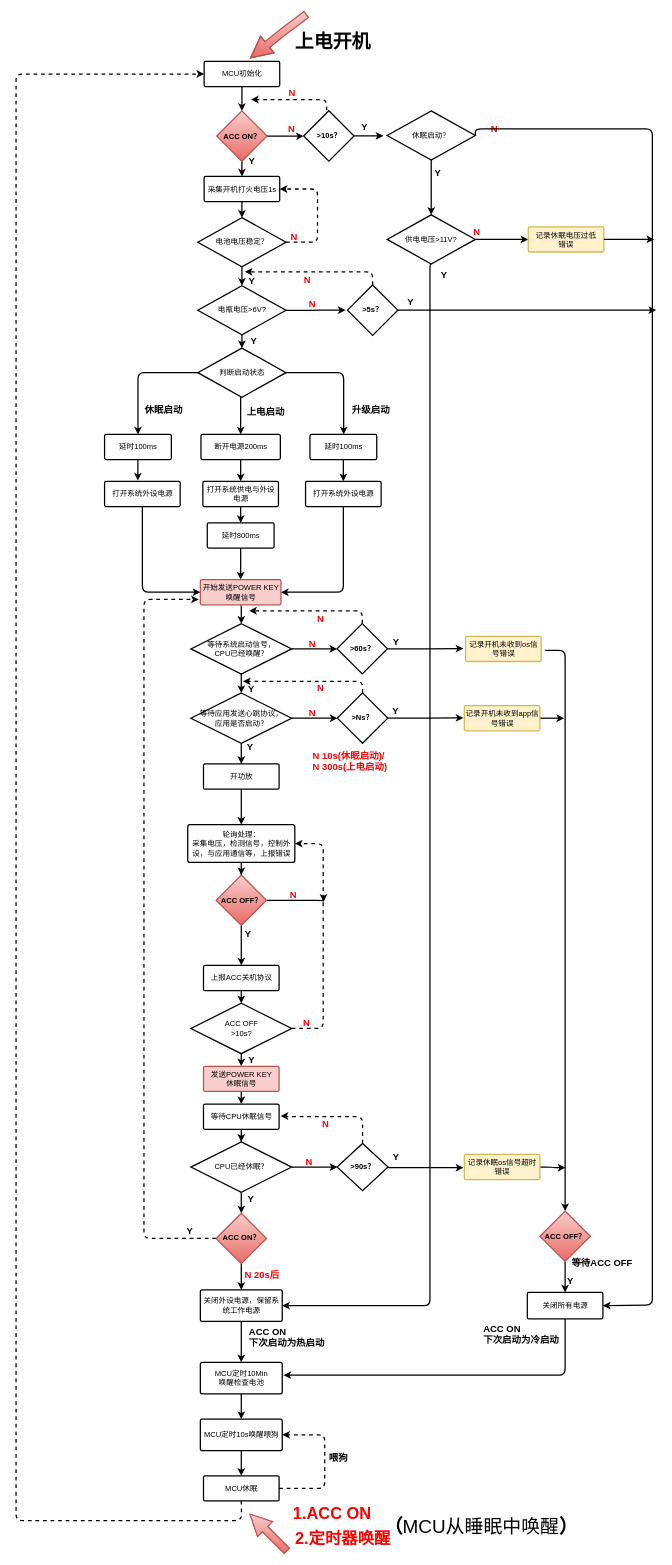
This is page "第 1 页" (1 of 2) of 010_mcu_sleep.drawio from yintianlan/Picture_Draw, a draw.io file, before an edit. Source tidied: cells renumbered, new cells numbered last; positions are measured from the earlier drawing's top-left corner, leaving out a move shared by most shapes. Both pictures are drawn from the tidied source at 63%, with x=0, y=0 at pixel (16, 14).
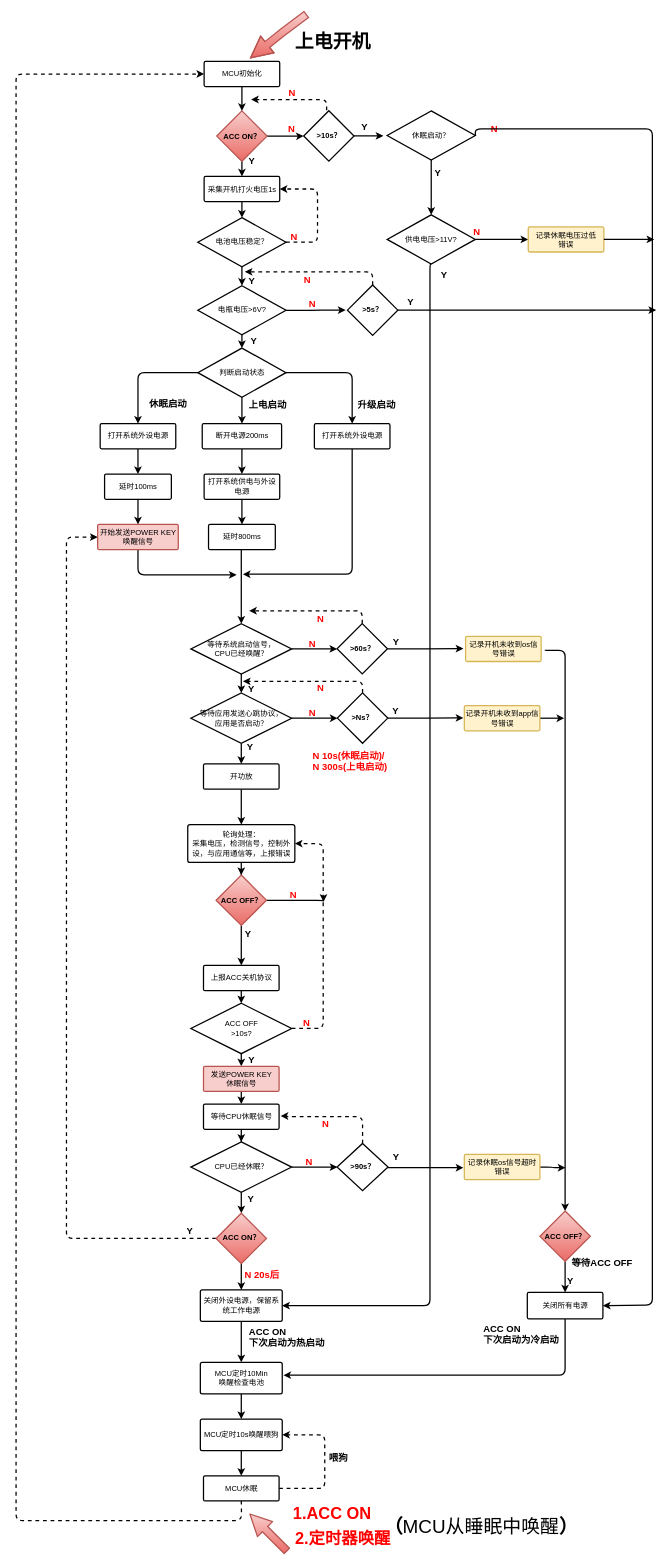
The same page after the edit.

Unchanged cells that the change refers to:
```xml
<mxCell id="12" value="判断启动状态" style="strokeWidth=2;html=1;shape=mxgraph.flowchart.decision;whiteSpace=wrap;fillColor=#ffffff;fontFamily=Helvetica;align=center;strokeColor=#000000;" parent="1" vertex="1">
  <mxGeometry x="288.5" y="530" width="140" height="78" as="geometry" />
</mxCell>
<mxCell id="19" value="等待系统启动信号，&lt;br&gt;CPU已经唤醒？" style="strokeWidth=2;html=1;shape=mxgraph.flowchart.decision;whiteSpace=wrap;fillColor=#ffffff;fontFamily=Helvetica;align=center;strokeColor=#000000;" parent="1" vertex="1">
  <mxGeometry x="277.5" y="967.5" width="160" height="80" as="geometry" />
</mxCell>
<mxCell id="62" value="&lt;b&gt;ACC ON？&lt;/b&gt;" style="rhombus;whiteSpace=wrap;html=1;strokeWidth=2;fillColor=#f8cecc;fontFamily=Helvetica;align=center;strokeColor=#b85450;gradientColor=#ea6b66;" parent="1" vertex="1">
  <mxGeometry x="317.5" y="1903.3" width="80" height="80" as="geometry" />
</mxCell>
```

Diff of the diagram source:
```diff
@@
-    <mxCell id="6" style="edgeStyle=orthogonalEdgeStyle;rounded=1;jettySize=auto;html=1;entryX=0.5;entryY=0;entryDx=0;entryDy=0;entryPerimeter=0;strokeWidth=2;exitX=0;exitY=0.5;exitDx=0;exitDy=0;exitPerimeter=0;" parent="1" edge="1" source="12" target="107">
+    <mxCell id="6" style="edgeStyle=orthogonalEdgeStyle;rounded=1;jettySize=auto;html=1;strokeWidth=2;exitX=0;exitY=0.5;exitDx=0;exitDy=0;exitPerimeter=0;entryX=0.5;entryY=0;entryDx=0;entryDy=0;entryPerimeter=0;" parent="1" edge="1" source="12" target="111">
       <mxGeometry relative="1" as="geometry">
         <Array as="points">
-          <mxPoint x="194" y="569" />
+          <mxPoint x="193" y="569" />
+          <mxPoint x="193" y="650" />
         </Array>
       </mxGeometry>
     </mxCell>
-    <mxCell id="7" style="edgeStyle=orthogonalEdgeStyle;rounded=1;jettySize=auto;html=1;strokeWidth=2;exitX=1;exitY=0.5;exitDx=0;exitDy=0;exitPerimeter=0;" parent="1" edge="1" source="12" target="109">
+    <mxCell id="7" style="edgeStyle=orthogonalEdgeStyle;rounded=1;jettySize=auto;html=1;strokeWidth=2;exitX=1;exitY=0.5;exitDx=0;exitDy=0;exitPerimeter=0;entryX=0.5;entryY=0;entryDx=0;entryDy=0;entryPerimeter=0;" parent="1" edge="1" source="12" target="113">
       <mxGeometry relative="1" as="geometry">
         <Array as="points">
-          <mxPoint x="520" y="569" />
+          <mxPoint x="534" y="569" />
         </Array>
       </mxGeometry>
     </mxCell>
@@
     <mxCell id="11" style="edgeStyle=orthogonalEdgeStyle;rounded=0;jettySize=auto;html=1;exitX=0.5;exitY=1;exitDx=0;exitDy=0;exitPerimeter=0;entryX=0.5;entryY=0;entryDx=0;entryDy=0;entryPerimeter=0;strokeWidth=2;" parent="1" edge="1" source="12" target="105">
-      <mxGeometry relative="1" as="geometry">
-        <Array as="points">
-          <mxPoint x="356" y="608" />
-        </Array>
-      </mxGeometry>
+      <mxGeometry relative="1" as="geometry" />
     </mxCell>
@@
     <mxCell id="14" value="打开系统供电与外设电源" style="strokeWidth=2;html=1;shape=mxgraph.flowchart.process;whiteSpace=wrap;fontFamily=Helvetica;align=center;" parent="1" vertex="1">
-      <mxGeometry x="296.5" y="741.5" width="120" height="40" as="geometry" />
+      <mxGeometry x="298.5" y="730" width="120" height="40" as="geometry" />
     </mxCell>
-    <mxCell id="15" style="edgeStyle=orthogonalEdgeStyle;rounded=1;jettySize=auto;html=1;exitX=0.5;exitY=1;exitDx=0;exitDy=0;exitPerimeter=0;entryX=0.5;entryY=0;entryDx=0;entryDy=0;entryPerimeter=0;strokeWidth=2;" parent="1" edge="1" source="16" target="67">
-      <mxGeometry relative="1" as="geometry" />
-    </mxCell>
+    <mxCell id="153" style="edgeStyle=orthogonalEdgeStyle;rounded=0;jettySize=auto;html=1;exitX=0.5;exitY=1;exitDx=0;exitDy=0;exitPerimeter=0;entryX=0.5;entryY=0;entryDx=0;entryDy=0;entryPerimeter=0;strokeWidth=2;" parent="1" edge="1" source="16" target="19">
+      <mxGeometry relative="1" as="geometry">
+        <Array as="points">
+          <mxPoint x="357" y="850" />
+        </Array>
+      </mxGeometry>
+    </mxCell>
     <mxCell id="16" value="延时800ms" style="strokeWidth=2;html=1;shape=mxgraph.flowchart.process;whiteSpace=wrap;fontFamily=Helvetica;align=center;" parent="1" vertex="1">
-      <mxGeometry x="303.5" y="807.5" width="106" height="40" as="geometry" />
+      <mxGeometry x="305.5" y="810" width="106" height="40" as="geometry" />
     </mxCell>
@@
-    <mxCell id="61" style="edgeStyle=orthogonalEdgeStyle;rounded=1;jettySize=auto;html=1;strokeWidth=2;dashed=1;exitX=0;exitY=0.5;exitDx=0;exitDy=0;" parent="1" edge="1" source="62">
+    <mxCell id="61" style="edgeStyle=orthogonalEdgeStyle;rounded=1;jettySize=auto;html=1;strokeWidth=2;dashed=1;exitX=0;exitY=0.5;exitDx=0;exitDy=0;entryX=0;entryY=0.5;entryDx=0;entryDy=0;entryPerimeter=0;" parent="1" edge="1" source="62" target="67">
       <mxGeometry relative="1" as="geometry">
-        <mxPoint x="290" y="929" as="targetPoint" />
         <Array as="points">
-          <mxPoint x="203" y="1943" />
+          <mxPoint x="80" y="1943" />
+          <mxPoint x="80" y="830" />
         </Array>
       </mxGeometry>
     </mxCell>
@@
-    <mxCell id="66" style="edgeStyle=orthogonalEdgeStyle;rounded=1;jettySize=auto;html=1;exitX=0.5;exitY=1;exitDx=0;exitDy=0;exitPerimeter=0;entryX=0.5;entryY=0;entryDx=0;entryDy=0;entryPerimeter=0;strokeWidth=2;" parent="1" edge="1" source="67" target="19">
-      <mxGeometry relative="1" as="geometry" />
-    </mxCell>
-    <mxCell id="67" value="开始发送POWER KEY&lt;br&gt;唤醒信号" style="strokeWidth=2;html=1;shape=mxgraph.flowchart.process;whiteSpace=wrap;fillColor=#f8cecc;fontFamily=Helvetica;align=center;strokeColor=#b85450;" parent="1" vertex="1">
-      <mxGeometry x="292.5" y="897.5" width="128" height="40" as="geometry" />
-    </mxCell>
@@
     <mxCell id="105" value="断开电源200ms" style="strokeWidth=2;html=1;shape=mxgraph.flowchart.process;whiteSpace=wrap;fontFamily=Helvetica;align=center;" parent="1" vertex="1">
-      <mxGeometry x="293.5" y="667" width="126" height="40" as="geometry" />
+      <mxGeometry x="295.5" y="650" width="126" height="40" as="geometry" />
     </mxCell>
-    <mxCell id="106" style="edgeStyle=orthogonalEdgeStyle;rounded=1;jettySize=auto;html=1;exitX=0.5;exitY=1;exitDx=0;exitDy=0;exitPerimeter=0;entryX=0.439;entryY=-0.033;entryDx=0;entryDy=0;entryPerimeter=0;strokeWidth=2;" parent="1" edge="1" source="107" target="111">
-      <mxGeometry relative="1" as="geometry" />
-    </mxCell>
+    <mxCell id="154" style="edgeStyle=orthogonalEdgeStyle;rounded=0;jettySize=auto;html=1;exitX=0.5;exitY=1;exitDx=0;exitDy=0;exitPerimeter=0;entryX=0.5;entryY=0;entryDx=0;entryDy=0;entryPerimeter=0;strokeWidth=2;" parent="1" edge="1" source="107" target="67">
+      <mxGeometry relative="1" as="geometry" />
+    </mxCell>
     <mxCell id="107" value="延时100ms" style="strokeWidth=2;html=1;shape=mxgraph.flowchart.process;whiteSpace=wrap;fontFamily=Helvetica;align=center;" parent="1" vertex="1">
-      <mxGeometry x="140.5" y="667" width="106" height="40" as="geometry" />
+      <mxGeometry x="140.5" y="730" width="106" height="40" as="geometry" />
     </mxCell>
-    <mxCell id="108" style="edgeStyle=orthogonalEdgeStyle;rounded=1;jettySize=auto;html=1;exitX=0.5;exitY=1;exitDx=0;exitDy=0;exitPerimeter=0;entryX=0.5;entryY=0;entryDx=0;entryDy=0;entryPerimeter=0;strokeWidth=2;" parent="1" edge="1" source="109" target="113">
-      <mxGeometry relative="1" as="geometry" />
-    </mxCell>
-    <mxCell id="109" value="延时100ms" style="strokeWidth=2;html=1;shape=mxgraph.flowchart.process;whiteSpace=wrap;fontFamily=Helvetica;align=center;" parent="1" vertex="1">
-      <mxGeometry x="466.5" y="667" width="106" height="40" as="geometry" />
-    </mxCell>
-    <mxCell id="110" style="edgeStyle=orthogonalEdgeStyle;rounded=1;jettySize=auto;html=1;exitX=0.5;exitY=1;exitDx=0;exitDy=0;exitPerimeter=0;strokeWidth=2;entryX=0;entryY=0.5;entryDx=0;entryDy=0;entryPerimeter=0;" parent="1" edge="1" source="111" target="67">
-      <mxGeometry relative="1" as="geometry">
-        <Array as="points">
-          <mxPoint x="200.5" y="917.5" />
-        </Array>
-      </mxGeometry>
-    </mxCell>
+    <mxCell id="155" style="edgeStyle=orthogonalEdgeStyle;rounded=0;jettySize=auto;html=1;exitX=0.5;exitY=1;exitDx=0;exitDy=0;exitPerimeter=0;entryX=0.5;entryY=0;entryDx=0;entryDy=0;entryPerimeter=0;strokeWidth=2;" parent="1" edge="1" source="111" target="107">
+      <mxGeometry relative="1" as="geometry" />
+    </mxCell>
     <mxCell id="111" value="打开系统外设电源" style="strokeWidth=2;html=1;shape=mxgraph.flowchart.process;whiteSpace=wrap;fontFamily=Helvetica;align=center;" parent="1" vertex="1">
-      <mxGeometry x="140.5" y="741.5" width="120" height="40" as="geometry" />
+      <mxGeometry x="133.5" y="650" width="120" height="40" as="geometry" />
     </mxCell>
-    <mxCell id="112" style="edgeStyle=orthogonalEdgeStyle;rounded=1;jettySize=auto;html=1;strokeWidth=2;entryX=1;entryY=0.5;entryDx=0;entryDy=0;entryPerimeter=0;" parent="1" edge="1" source="113" target="67">
-      <mxGeometry relative="1" as="geometry">
-        <Array as="points">
-          <mxPoint x="519.5" y="917.5" />
-        </Array>
-      </mxGeometry>
-    </mxCell>
+    <mxCell id="156" style="edgeStyle=orthogonalEdgeStyle;rounded=1;jettySize=auto;html=1;exitX=0.5;exitY=1;exitDx=0;exitDy=0;exitPerimeter=0;strokeWidth=2;" parent="1" edge="1" source="113">
+      <mxGeometry relative="1" as="geometry">
+        <mxPoint x="360" y="889" as="targetPoint" />
+        <Array as="points">
+          <mxPoint x="534" y="889" />
+          <mxPoint x="360" y="889" />
+        </Array>
+      </mxGeometry>
+    </mxCell>
     <mxCell id="113" value="打开系统外设电源" style="strokeWidth=2;html=1;shape=mxgraph.flowchart.process;whiteSpace=wrap;fontFamily=Helvetica;align=center;" parent="1" vertex="1">
-      <mxGeometry x="459.5" y="741.5" width="120" height="40" as="geometry" />
+      <mxGeometry x="473.5" y="650" width="120" height="40" as="geometry" />
     </mxCell>
@@
     <mxCell id="150" value="&lt;b&gt;&lt;font style=&quot;font-size: 15px&quot;&gt;休眠启动&lt;/font&gt;&lt;/b&gt;" style="text;html=1;align=center;verticalAlign=middle;" parent="1" vertex="1">
-      <mxGeometry x="193.5" y="618" width="80" height="20" as="geometry" />
+      <mxGeometry x="200.5" y="608" width="80" height="20" as="geometry" />
     </mxCell>
     <mxCell id="151" value="&lt;b&gt;&lt;font style=&quot;font-size: 15px&quot;&gt;升级启动&lt;/font&gt;&lt;/b&gt;" style="text;html=1;align=center;verticalAlign=middle;" parent="1" vertex="1">
-      <mxGeometry x="523" y="618" width="80" height="20" as="geometry" />
+      <mxGeometry x="532" y="610" width="80" height="20" as="geometry" />
     </mxCell>
     <mxCell id="152" value="&lt;b&gt;&lt;font style=&quot;font-size: 15px&quot;&gt;上电启动&lt;/font&gt;&lt;/b&gt;" style="text;html=1;align=center;verticalAlign=middle;" parent="1" vertex="1">
-      <mxGeometry x="355.5" y="620" width="80" height="20" as="geometry" />
+      <mxGeometry x="358.5" y="610" width="80" height="20" as="geometry" />
     </mxCell>
+    <mxCell id="157" style="edgeStyle=orthogonalEdgeStyle;rounded=1;jettySize=auto;html=1;exitX=0.5;exitY=1;exitDx=0;exitDy=0;exitPerimeter=0;strokeWidth=2;" parent="1" edge="1" source="67">
+      <mxGeometry relative="1" as="geometry">
+        <mxPoint x="350" y="890" as="targetPoint" />
+        <Array as="points">
+          <mxPoint x="194" y="890" />
+        </Array>
+      </mxGeometry>
+    </mxCell>
+    <mxCell id="67" value="开始发送POWER KEY&lt;br&gt;唤醒信号" style="strokeWidth=2;html=1;shape=mxgraph.flowchart.process;whiteSpace=wrap;fillColor=#f8cecc;fontFamily=Helvetica;align=center;strokeColor=#b85450;" parent="1" vertex="1">
+      <mxGeometry x="129.5" y="810" width="128" height="40" as="geometry" />
+    </mxCell>
```
